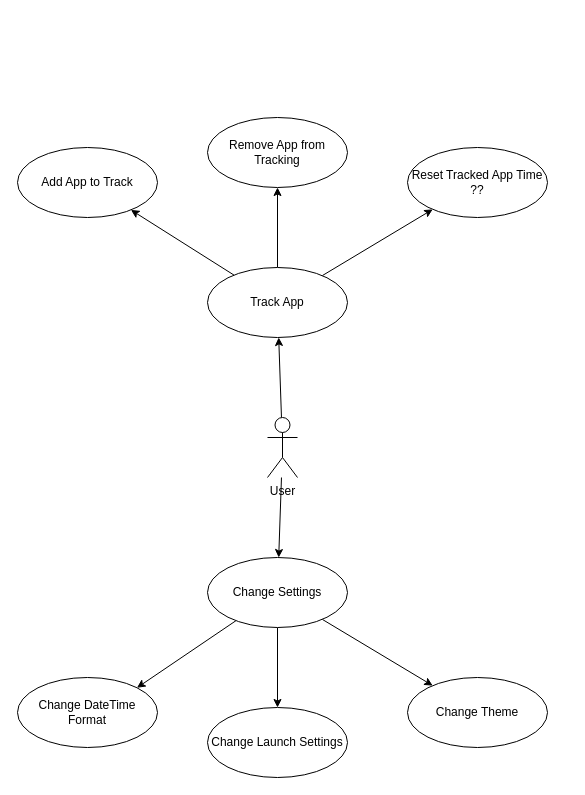
villaclara/ata-reborn keeps this draw.io diagram as page "UseCases" (5 of 6) of docs/Diagrams/Diagram1.drawio. Above is the earlier version. Source tidied: cells renumbered, new cells numbered last; positions are measured from the earlier drawing's top-left corner, leaving out a move shared by most shapes. Both pictures are drawn from the tidied source at 100%, with x=0, y=0 at pixel (17, 117).
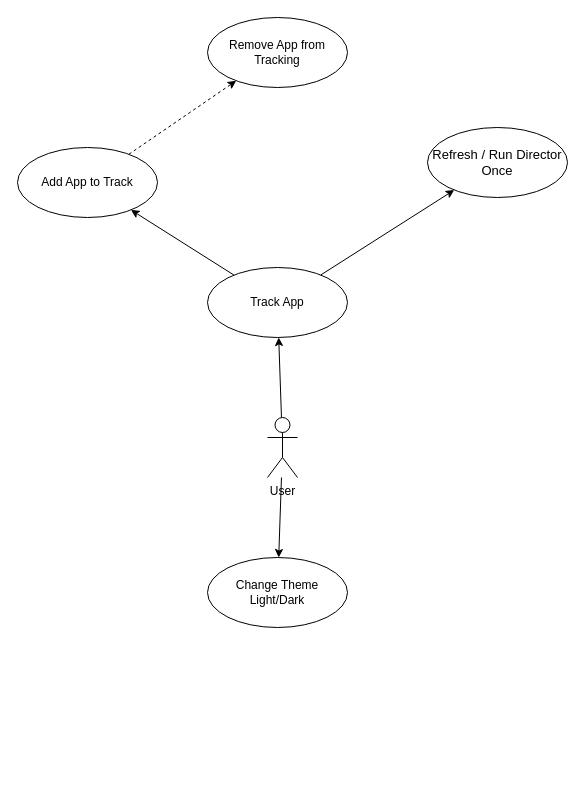
The same page after the edit.

Commit message:
plus MainFlow

The edit, as a diff of the source:
```diff
@@
 <mxGraphModel>
   <root>
     <mxCell id="0" />
     <mxCell id="1" parent="0" />
     <mxCell id="2" style="edgeStyle=none;html=1;" parent="1" edge="1" source="4" target="8">
       <mxGeometry relative="1" as="geometry" />
     </mxCell>
     <mxCell id="3" style="edgeStyle=none;html=1;" parent="1" edge="1" source="4" target="12">
       <mxGeometry relative="1" as="geometry" />
     </mxCell>
     <mxCell id="4" value="User" style="shape=umlActor;verticalLabelPosition=bottom;verticalAlign=top;html=1;" parent="1" vertex="1">
       <mxGeometry x="250" y="300" width="30" height="60" as="geometry" />
     </mxCell>
     <mxCell id="5" style="edgeStyle=none;html=1;" parent="1" edge="1" source="8" target="16">
       <mxGeometry relative="1" as="geometry" />
     </mxCell>
-    <mxCell id="6" style="edgeStyle=none;html=1;" parent="1" edge="1" source="8" target="17">
-      <mxGeometry relative="1" as="geometry" />
-    </mxCell>
-    <mxCell id="7" style="edgeStyle=none;html=1;" parent="1" edge="1" source="8" target="18">
-      <mxGeometry relative="1" as="geometry" />
-    </mxCell>
+    <mxCell id="19" style="edgeStyle=none;html=1;fontSize=13;" parent="1" edge="1" source="8" target="21">
+      <mxGeometry relative="1" as="geometry" />
+    </mxCell>
     <mxCell id="8" value="Track App" style="ellipse;whiteSpace=wrap;html=1;" parent="1" vertex="1">
       <mxGeometry x="190" y="150" width="140" height="70" as="geometry" />
     </mxCell>
-    <mxCell id="9" style="edgeStyle=none;html=1;entryX=1;entryY=0;entryDx=0;entryDy=0;" parent="1" edge="1" source="12" target="15">
-      <mxGeometry relative="1" as="geometry" />
-    </mxCell>
-    <mxCell id="10" style="edgeStyle=none;html=1;" parent="1" edge="1" source="12" target="14">
-      <mxGeometry relative="1" as="geometry" />
-    </mxCell>
-    <mxCell id="11" style="edgeStyle=none;html=1;" parent="1" edge="1" source="12" target="13">
-      <mxGeometry relative="1" as="geometry" />
-    </mxCell>
-    <mxCell id="12" value="Change Settings" style="ellipse;whiteSpace=wrap;html=1;" parent="1" vertex="1">
+    <mxCell id="12" value="Change Theme Light/Dark" style="ellipse;whiteSpace=wrap;html=1;" parent="1" vertex="1">
       <mxGeometry x="190" y="440" width="140" height="70" as="geometry" />
     </mxCell>
-    <mxCell id="13" value="Change Theme" style="ellipse;whiteSpace=wrap;html=1;" parent="1" vertex="1">
-      <mxGeometry x="390" y="560" width="140" height="70" as="geometry" />
-    </mxCell>
-    <mxCell id="14" value="Change Launch Settings" style="ellipse;whiteSpace=wrap;html=1;" parent="1" vertex="1">
-      <mxGeometry x="190" y="590" width="140" height="70" as="geometry" />
-    </mxCell>
-    <mxCell id="15" value="Change DateTime Format" style="ellipse;whiteSpace=wrap;html=1;" parent="1" vertex="1">
-      <mxGeometry y="560" width="140" height="70" as="geometry" />
-    </mxCell>
+    <mxCell id="20" style="edgeStyle=none;html=1;fontSize=13;dashed=1;" parent="1" edge="1" source="16" target="17">
+      <mxGeometry relative="1" as="geometry" />
+    </mxCell>
     <mxCell id="16" value="Add App to Track" style="ellipse;whiteSpace=wrap;html=1;" parent="1" vertex="1">
       <mxGeometry y="30" width="140" height="70" as="geometry" />
     </mxCell>
     <mxCell id="17" value="Remove App from Tracking" style="ellipse;whiteSpace=wrap;html=1;" parent="1" vertex="1">
-      <mxGeometry x="190" width="140" height="70" as="geometry" />
+      <mxGeometry x="190" y="-100" width="140" height="70" as="geometry" />
     </mxCell>
-    <mxCell id="18" value="Reset Tracked App Time ??" style="ellipse;whiteSpace=wrap;html=1;" parent="1" vertex="1">
-      <mxGeometry x="390" y="30" width="140" height="70" as="geometry" />
-    </mxCell>
+    <mxCell id="21" value="Refresh / Run Director Once" style="ellipse;whiteSpace=wrap;html=1;fontSize=13;" parent="1" vertex="1">
+      <mxGeometry x="410" y="10" width="140" height="70" as="geometry" />
+    </mxCell>
   </root>
 </mxGraphModel>
```
